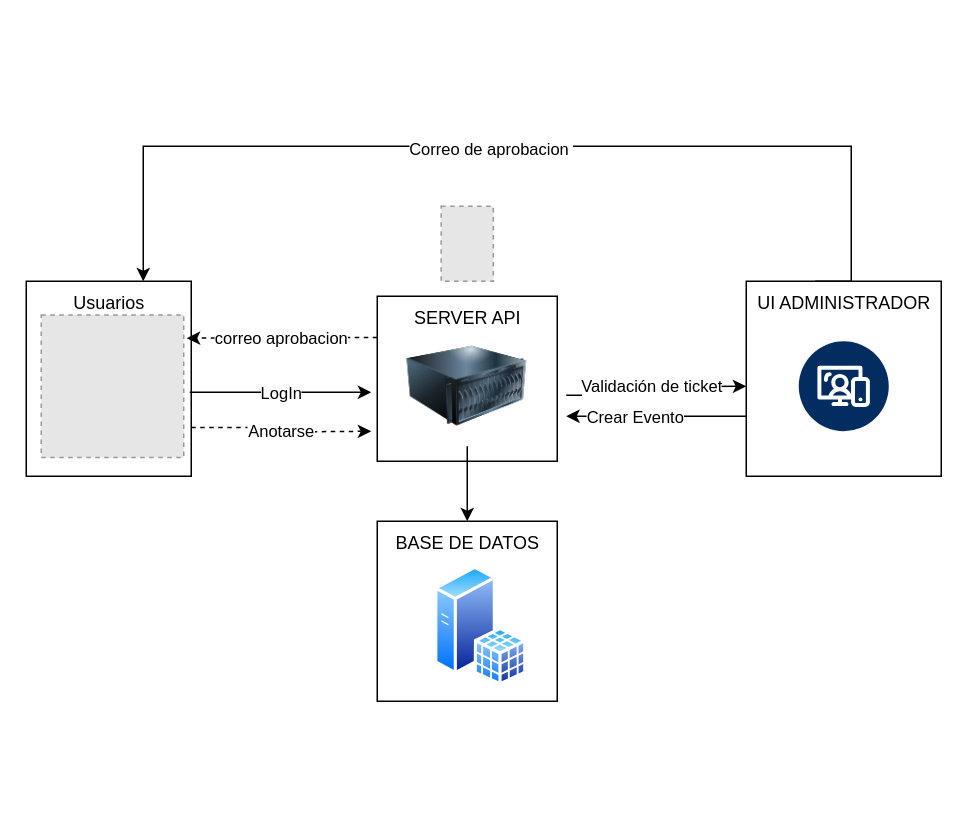
The draw.io diagram Diagrama sin título.drawio in j0k3rD/ticketek_2024, before the edit. Source tidied: cells renumbered, new cells numbered last; positions are measured from the earlier drawing's top-left corner, leaving out a move shared by most shapes. Both pictures are drawn from the tidied source at 150%, with x=0, y=0 at pixel (26, 146). Pictures stored in the file or linked from it are replaced by grey dashed boxes.
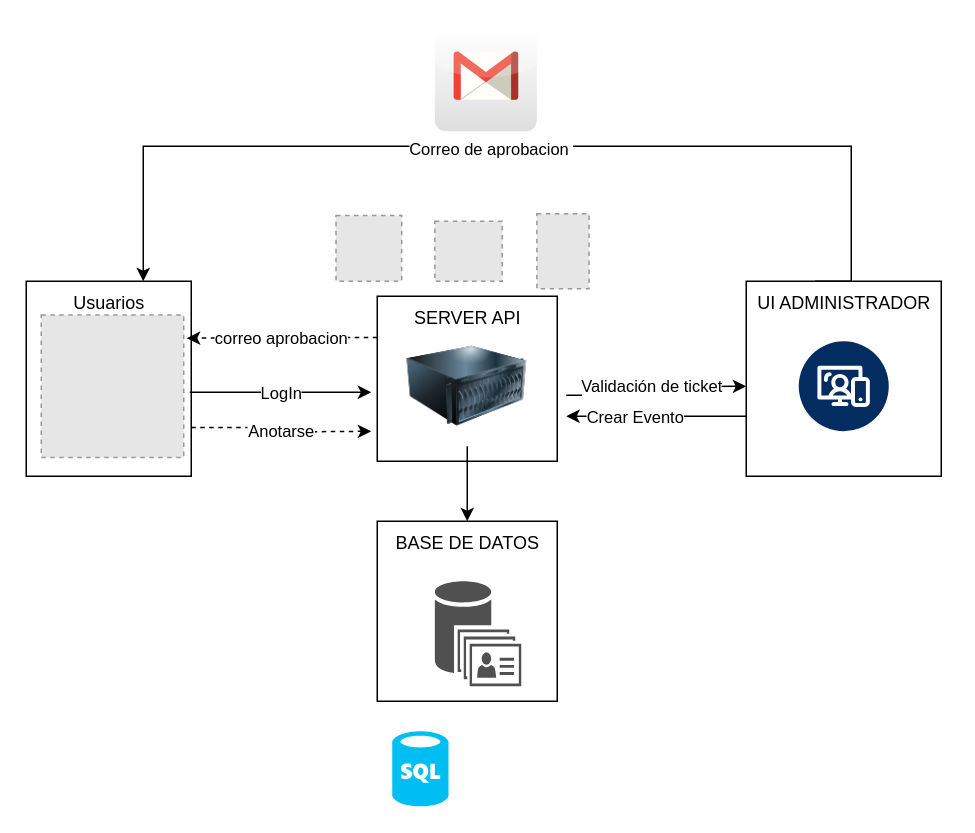
Above is the later version.

What changed in the source:
```diff
@@
-    <mxCell id="12" style="image;perimeter=ellipsePerimeter;html=1;align=center;shadow=0;dashed=0;spacingTop=3;image=img/lib/active_directory/sql_server.svg;" parent="1" vertex="1">
-      <mxGeometry x="272.4" y="280" width="61.6" height="80" as="geometry" />
-    </mxCell>
@@
     <mxCell id="14" style="fillColor=#E6E6E6;strokeColor=#999999;dashed=1;verticalLabelPosition=bottom;labelBackgroundColor=default;verticalAlign=top;" parent="1" vertex="1">
-      <mxGeometry x="276.6" y="40" width="34.8" height="50" as="geometry" />
+      <mxGeometry x="340.4" y="45" width="34.8" height="50" as="geometry" />
     </mxCell>
@@
+    <mxCell id="24" style="dashed=0;html=1;align=center;labelPosition=center;verticalLabelPosition=bottom;verticalAlign=top;shape=mxgraph.webicons.gmail;gradientColor=#DFDEDE;" parent="1" vertex="1">
+      <mxGeometry x="272.4" y="-80" width="68" height="70" as="geometry" />
+    </mxCell>
+    <mxCell id="25" style="fillColor=#E6E6E6;strokeColor=#999999;dashed=1;verticalLabelPosition=bottom;labelBackgroundColor=default;verticalAlign=top;" parent="1" vertex="1">
+      <mxGeometry x="206.5" y="46.2" width="43.8" height="43.8" as="geometry" />
+    </mxCell>
+    <mxCell id="26" style="sketch=0;shadow=0;dashed=0;html=1;strokeColor=none;fillColor=#505050;labelPosition=center;verticalLabelPosition=bottom;verticalAlign=top;align=center;shape=mxgraph.office.databases.unified_contact_store;" parent="1" vertex="1">
+      <mxGeometry x="272.4" y="290" width="57.6" height="70" as="geometry" />
+    </mxCell>
+    <mxCell id="27" style="fillColor=#E6E6E6;strokeColor=#999999;dashed=1;verticalLabelPosition=bottom;labelBackgroundColor=default;verticalAlign=top;" parent="1" vertex="1">
+      <mxGeometry x="272.4" y="50" width="44.9" height="40" as="geometry" />
+    </mxCell>
+    <mxCell id="28" style="verticalLabelPosition=bottom;html=1;verticalAlign=top;align=center;strokeColor=none;fillColor=#00BEF2;shape=mxgraph.azure.sql_database;" parent="1" vertex="1">
+      <mxGeometry x="244" y="390" width="37.5" height="50" as="geometry" />
+    </mxCell>
```
